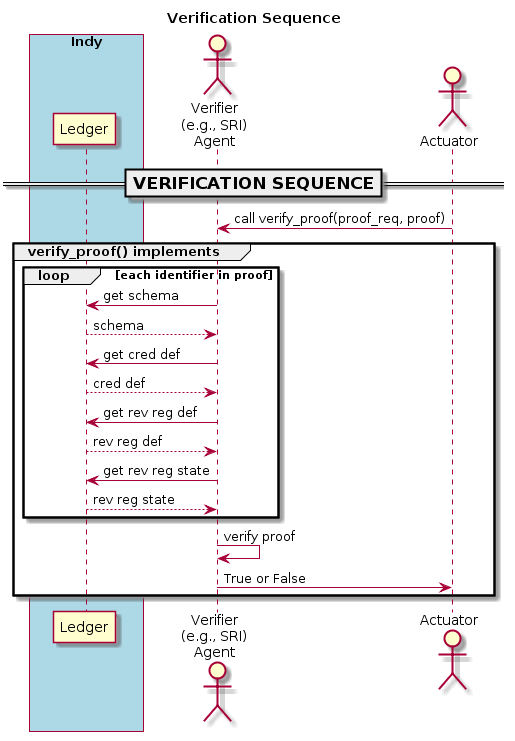
Above: doc/pic/verification.png in PSPC-SPAC-buyandsell/von_base (PlantUML), before the change.
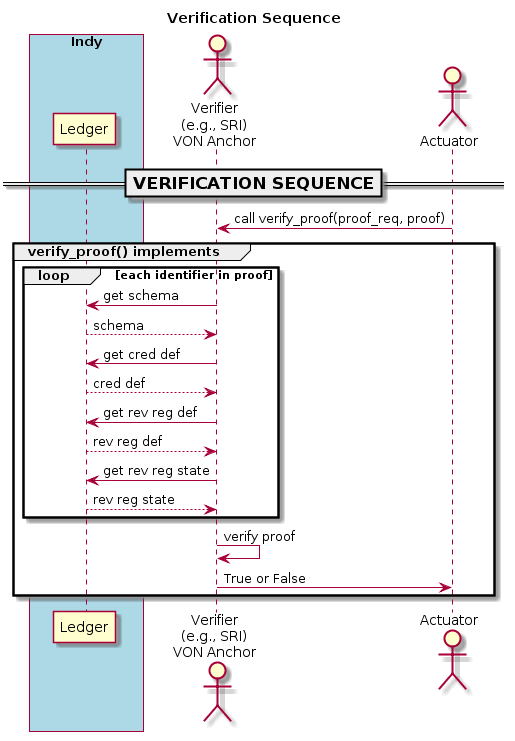
Above is the later version.

Diff of the diagram source:
```diff
@@ -9,23 +9,23 @@
     participant "Ledger" as ledger
 endbox
 
-actor "Verifier\n(e.g., SRI)\nAgent" as sag
+actor "Verifier\n(e.g., SRI)\nVON Anchor" as san
 actor "Actuator" as ator
 
 === VERIFICATION SEQUENCE ==
-ator -> sag: call verify_proof(proof_req, proof)
+ator -> san: call verify_proof(proof_req, proof)
 group verify_proof() implements
     loop each identifier in proof
-        sag -> ledger: get schema
-        ledger --> sag: schema
-        sag -> ledger: get cred def
-        ledger --> sag: cred def
-        sag -> ledger: get rev reg def
-        ledger --> sag: rev reg def
-        sag -> ledger: get rev reg state
-        ledger --> sag: rev reg state
+        san -> ledger: get schema
+        ledger --> san: schema
+        san -> ledger: get cred def
+        ledger --> san: cred def
+        san -> ledger: get rev reg def
+        ledger --> san: rev reg def
+        san -> ledger: get rev reg state
+        ledger --> san: rev reg state
     end
-    sag -> sag: verify proof
-    sag -> ator: True or False
+    san -> san: verify proof
+    san -> ator: True or False
 end
 @enduml
```
